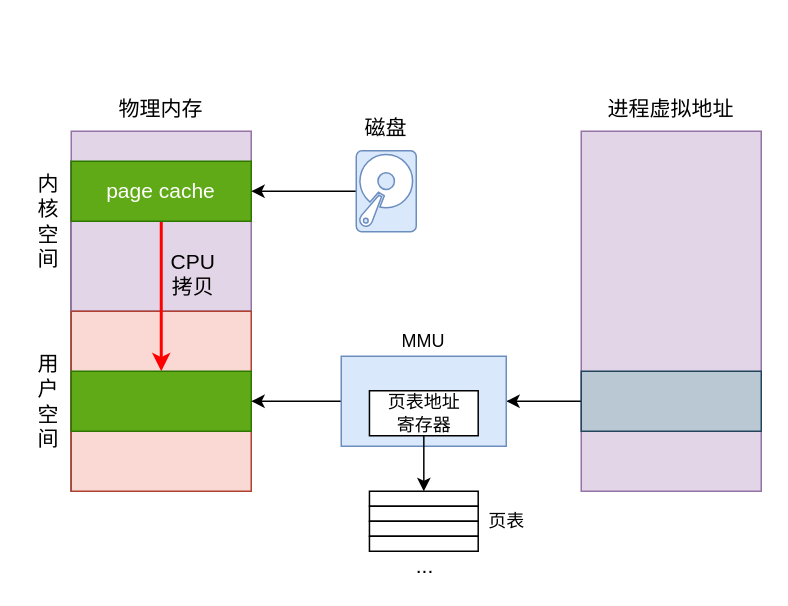
Above: mmap.drawio in allentofight/diagram (draw.io), before the change. Source tidied: cells renumbered, new cells numbered last; positions are measured from the earlier drawing's top-left corner, leaving out a move shared by most shapes. Both pictures are drawn from the tidied source at 150%, with x=0, y=0 at pixel (26, 86).
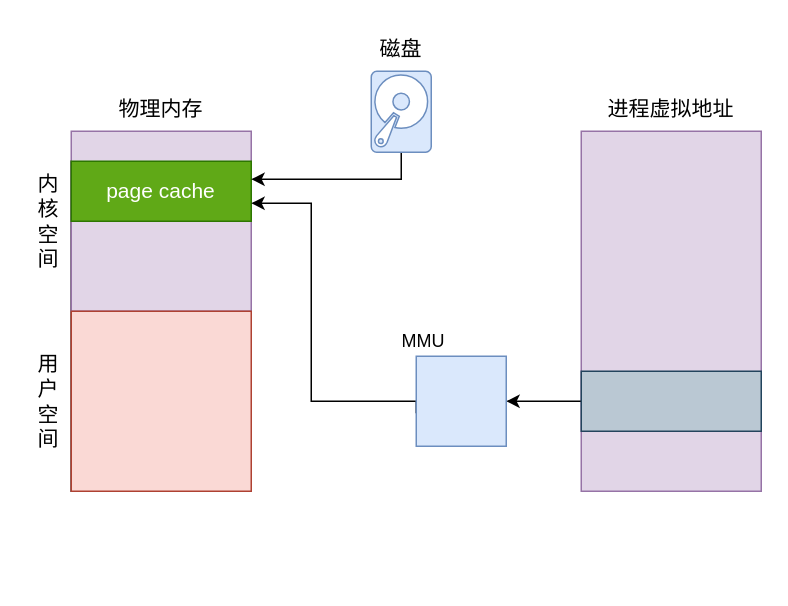
Above is the later version.

Unchanged cells that the change refers to:
```xml
<mxCell id="8" value="page cache" style="rounded=0;whiteSpace=wrap;html=1;fillColor=#60a917;fontColor=#ffffff;strokeColor=#2D7600;fontSize=14;" parent="1" vertex="1">
  <mxGeometry x="30" y="50" width="120" height="40" as="geometry" />
</mxCell>
```

The edit, as a diff of the source:
```diff
@@
-    <mxCell id="7" style="edgeStyle=orthogonalEdgeStyle;rounded=0;jettySize=auto;html=1;fontSize=14;strokeColor=#FF0000;strokeWidth=2;" parent="1" edge="1" source="8" target="11">
-      <mxGeometry relative="1" as="geometry" />
-    </mxCell>
@@
-    <mxCell id="9" style="edgeStyle=orthogonalEdgeStyle;rounded=0;jettySize=auto;html=1;entryX=1;entryY=0.5;entryDx=0;entryDy=0;fontSize=14;" parent="1" edge="1" source="10" target="8">
-      <mxGeometry relative="1" as="geometry" />
-    </mxCell>
+    <mxCell id="30" style="edgeStyle=orthogonalEdgeStyle;rounded=0;orthogonalLoop=1;jettySize=auto;html=1;fontSize=14;strokeColor=#000000;strokeWidth=1;" parent="1" edge="1">
+      <mxGeometry relative="1" as="geometry">
+        <mxPoint x="250" y="36" as="sourcePoint" />
+        <mxPoint x="150" y="62" as="targetPoint" />
+        <Array as="points">
+          <mxPoint x="250" y="62" />
+        </Array>
+      </mxGeometry>
+    </mxCell>
     <mxCell id="10" style="sketch=0;shadow=0;dashed=0;html=1;strokeColor=#6c8ebf;fillColor=#dae8fc;labelPosition=center;verticalLabelPosition=bottom;verticalAlign=top;outlineConnect=0;align=center;shape=mxgraph.office.devices.hard_disk;fontSize=14;" parent="1" vertex="1">
-      <mxGeometry x="220" y="43" width="40" height="54" as="geometry" />
+      <mxGeometry x="230" y="-10" width="40" height="54" as="geometry" />
     </mxCell>
-    <mxCell id="11" style="rounded=0;whiteSpace=wrap;html=1;fillColor=#60a917;fontColor=#ffffff;strokeColor=#2D7600;fontSize=14;" parent="1" vertex="1">
-      <mxGeometry x="30" y="190" width="120" height="40" as="geometry" />
-    </mxCell>
@@
     <mxCell id="14" value="磁盘" style="text;html=1;strokeColor=none;fillColor=none;align=center;verticalAlign=middle;whiteSpace=wrap;rounded=0;fontSize=14;" parent="1" vertex="1">
-      <mxGeometry x="210" y="13" width="60" height="30" as="geometry" />
+      <mxGeometry x="220" y="-40" width="60" height="30" as="geometry" />
     </mxCell>
@@
-    <mxCell id="18" style="edgeStyle=none;rounded=0;jettySize=auto;html=1;entryX=1;entryY=0.5;entryDx=0;entryDy=0;fontSize=14;strokeColor=#000000;strokeWidth=1;" parent="1" edge="1" source="19" target="11">
-      <mxGeometry relative="1" as="geometry" />
-    </mxCell>
+    <mxCell id="31" style="edgeStyle=orthogonalEdgeStyle;rounded=0;orthogonalLoop=1;jettySize=auto;html=1;entryX=1;entryY=0.5;entryDx=0;entryDy=0;fontSize=14;strokeColor=#000000;strokeWidth=1;exitX=0;exitY=0.5;exitDx=0;exitDy=0;" parent="1" edge="1">
+      <mxGeometry relative="1" as="geometry">
+        <mxPoint x="260" y="218" as="sourcePoint" />
+        <mxPoint x="150" y="78" as="targetPoint" />
+        <Array as="points">
+          <mxPoint x="260" y="210" />
+          <mxPoint x="190" y="210" />
+          <mxPoint x="190" y="78" />
+        </Array>
+      </mxGeometry>
+    </mxCell>
     <mxCell id="19" style="rounded=0;whiteSpace=wrap;html=1;fontSize=13;fillColor=#dae8fc;strokeColor=#6c8ebf;" parent="1" vertex="1">
-      <mxGeometry x="210" y="180" width="110" height="60" as="geometry" />
+      <mxGeometry x="260" y="180" width="60" height="60" as="geometry" />
     </mxCell>
-    <mxCell id="20" style="edgeStyle=none;rounded=0;jettySize=auto;html=1;entryX=0.5;entryY=0;entryDx=0;entryDy=0;fontSize=14;strokeColor=#000000;strokeWidth=1;" parent="1" edge="1" source="21" target="23">
-      <mxGeometry relative="1" as="geometry" />
-    </mxCell>
-    <mxCell id="21" value="&lt;span style=&quot;font-size: 12px;&quot;&gt;页表地址&lt;br style=&quot;font-size: 12px;&quot;&gt;寄存器&lt;/span&gt;" style="rounded=0;whiteSpace=wrap;html=1;fontSize=12;" parent="1" vertex="1">
-      <mxGeometry x="228.8" y="203" width="72.5" height="30" as="geometry" />
-    </mxCell>
@@
-    <mxCell id="23" style="rounded=0;whiteSpace=wrap;html=1;fontSize=12;" parent="1" vertex="1">
-      <mxGeometry x="228.8" y="270" width="72.5" height="10" as="geometry" />
-    </mxCell>
-    <mxCell id="24" style="rounded=0;whiteSpace=wrap;html=1;fontSize=12;" parent="1" vertex="1">
-      <mxGeometry x="228.8" y="280" width="72.5" height="10" as="geometry" />
-    </mxCell>
-    <mxCell id="25" style="rounded=0;whiteSpace=wrap;html=1;fontSize=12;" parent="1" vertex="1">
-      <mxGeometry x="228.8" y="290" width="72.5" height="10" as="geometry" />
-    </mxCell>
-    <mxCell id="26" style="rounded=0;whiteSpace=wrap;html=1;fontSize=12;" parent="1" vertex="1">
-      <mxGeometry x="228.8" y="300" width="72.5" height="10" as="geometry" />
-    </mxCell>
-    <mxCell id="27" value="..." style="text;html=1;strokeColor=none;fillColor=none;align=center;verticalAlign=middle;whiteSpace=wrap;rounded=0;fontSize=14;" parent="1" vertex="1">
-      <mxGeometry x="231.8" y="310" width="67.5" height="20" as="geometry" />
-    </mxCell>
-    <mxCell id="28" value="页表" style="text;html=1;strokeColor=none;fillColor=none;align=center;verticalAlign=middle;whiteSpace=wrap;rounded=0;fontSize=12;" parent="1" vertex="1">
-      <mxGeometry x="301.2" y="280" width="38.8" height="20" as="geometry" />
-    </mxCell>
-    <mxCell id="29" value="CPU&lt;br&gt;拷贝" style="text;html=1;strokeColor=none;fillColor=none;align=center;verticalAlign=middle;whiteSpace=wrap;rounded=0;fontSize=14;" parent="1" vertex="1">
-      <mxGeometry x="87" y="110" width="49" height="30" as="geometry" />
-    </mxCell>
```
